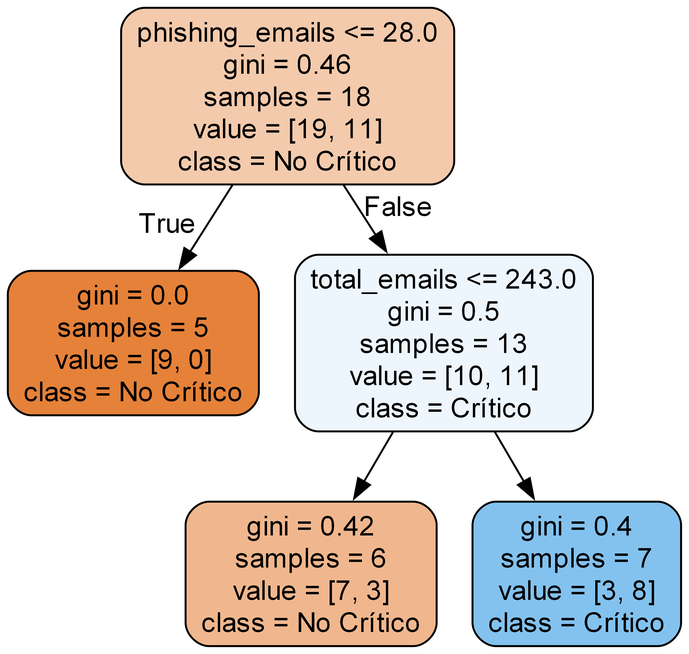
This is tree_4.png from adrianAntonP/practica2-SI, a Graphviz export, as it was before one commit. Its source is kept beside it as tree_4.dot.
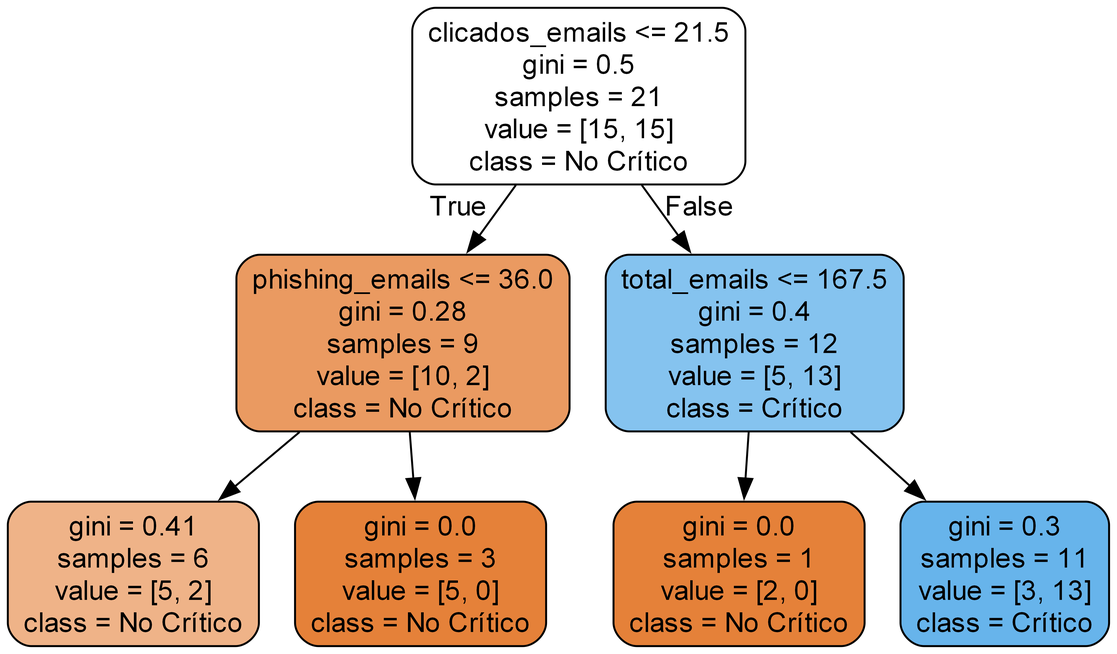
The same diagram one commit later.

Change to the diagram source:
```diff
@@ -1,13 +1,17 @@
 digraph Tree {
 node [shape=box, style="filled, rounded", color="black", fontname="helvetica"] ;
 edge [fontname="helvetica"] ;
-0 [label="phishing_emails <= 28.0\ngini = 0.46\nsamples = 18\nvalue = [19, 11]\nclass = No Crítico", fillcolor="#f4caac"] ;
-1 [label="gini = 0.0\nsamples = 5\nvalue = [9, 0]\nclass = No Crítico", fillcolor="#e58139"] ;
+0 [label="clicados_emails <= 21.5\ngini = 0.5\nsamples = 21\nvalue = [15, 15]\nclass = No Crítico", fillcolor="#ffffff"] ;
+1 [label="phishing_emails <= 36.0\ngini = 0.28\nsamples = 9\nvalue = [10, 2]\nclass = No Crítico", fillcolor="#ea9a61"] ;
 0 -> 1 [labeldistance=2.5, labelangle=45, headlabel="True"] ;
-2 [label="total_emails <= 243.0\ngini = 0.5\nsamples = 13\nvalue = [10, 11]\nclass = Crítico", fillcolor="#edf6fd"] ;
-0 -> 2 [labeldistance=2.5, labelangle=-45, headlabel="False"] ;
-3 [label="gini = 0.42\nsamples = 6\nvalue = [7, 3]\nclass = No Crítico", fillcolor="#f0b78e"] ;
-2 -> 3 ;
-4 [label="gini = 0.4\nsamples = 7\nvalue = [3, 8]\nclass = Crítico", fillcolor="#83c2ef"] ;
-2 -> 4 ;
+2 [label="gini = 0.41\nsamples = 6\nvalue = [5, 2]\nclass = No Crítico", fillcolor="#efb388"] ;
+1 -> 2 ;
+3 [label="gini = 0.0\nsamples = 3\nvalue = [5, 0]\nclass = No Crítico", fillcolor="#e58139"] ;
+1 -> 3 ;
+4 [label="total_emails <= 167.5\ngini = 0.4\nsamples = 12\nvalue = [5, 13]\nclass = Crítico", fillcolor="#85c3ef"] ;
+0 -> 4 [labeldistance=2.5, labelangle=-45, headlabel="False"] ;
+5 [label="gini = 0.0\nsamples = 1\nvalue = [2, 0]\nclass = No Crítico", fillcolor="#e58139"] ;
+4 -> 5 ;
+6 [label="gini = 0.3\nsamples = 11\nvalue = [3, 13]\nclass = Crítico", fillcolor="#67b4eb"] ;
+4 -> 6 ;
 }
```
